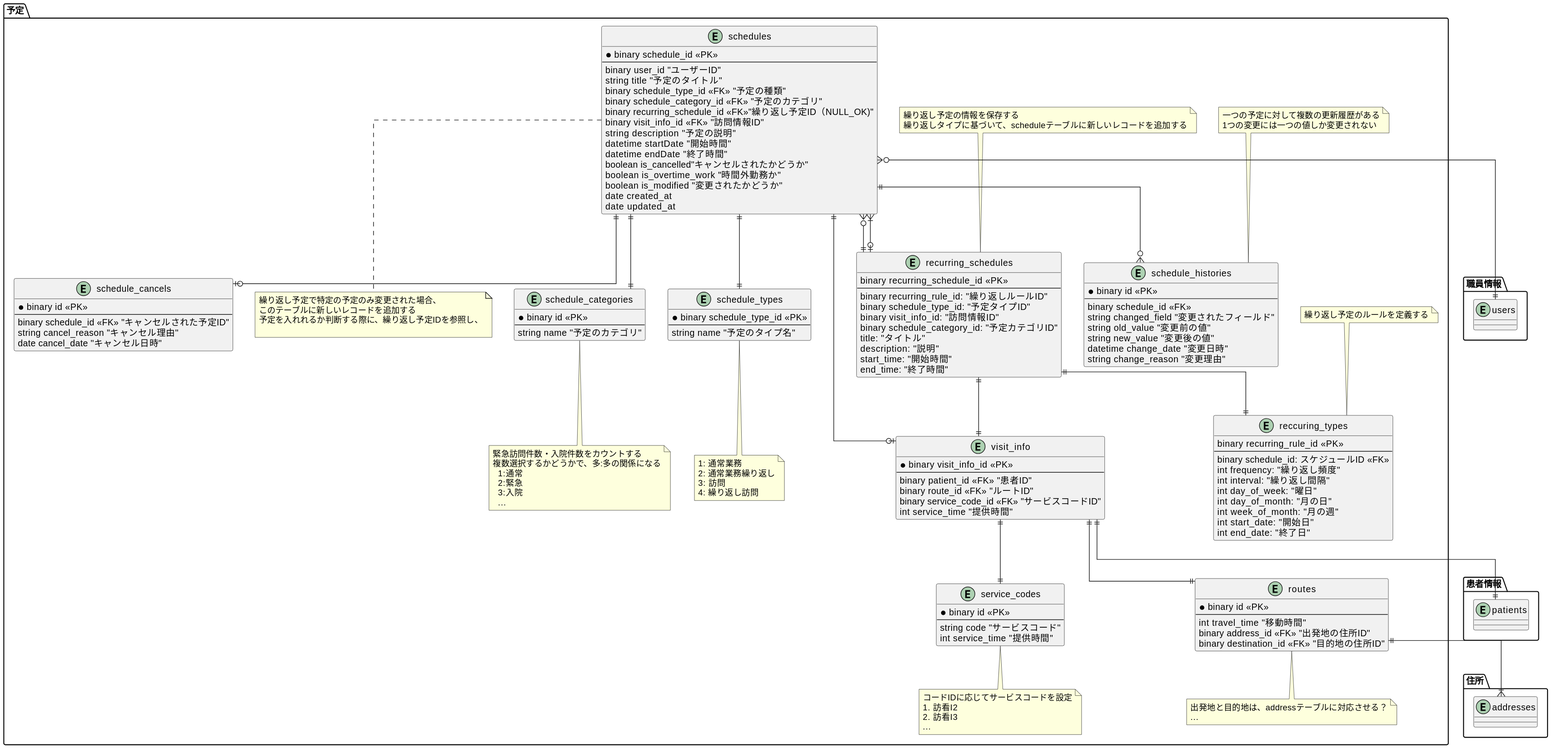
This is src/diagrams-svg/ER/tables/schedules.svg from Fukuemon/buddy_design_docs, a PlantUML export, as it was before one commit. Source of this version:
```plantuml
@startuml
skinparam linetype ortho

package 予定 {
  entity schedules {
    * binary schedule_id <<PK>>
    --
    binary user_id "ユーザーID"
    string title "予定のタイトル"
    binary schedule_type_id <<FK>> "予定の種類"
    binary schedule_category_id <<FK>> "予定のカテゴリ"
    binary recurring_schedule_id <<FK>>"繰り返し予定ID（NULL_OK)"
    binary visit_info_id <<FK>> "訪問情報ID"
    string description "予定の説明"
    datetime startDate "開始時間"
    datetime endDate "終了時間"
    boolean is_cancelled"キャンセルされたかどうか"
    boolean is_overtime_work "時間外勤務か"
    boolean is_modified "変更されたかどうか"
    date created_at
    date updated_at
  }

  note bottom of schedules
    繰り返し予定で特定の予定のみ変更された場合、
    このテーブルに新しいレコードを追加する
    予定を入れれるか判断する際に、繰り返し予定IDを参照し、

  end note


  entity schedule_types {
    * binary schedule_type_id <<PK>>
    --
    string name "予定のタイプ名"
  }

  note bottom of schedule_types
    1: 通常業務
    2: 通常業務繰り返し
    3: 訪問
    4: 繰り返し訪問
  end note

  entity schedule_categories {
    * binary id <<PK>>
    --
    string name "予定のカテゴリ"
  }

  note bottom of schedule_categories
  緊急訪問件数・入院件数をカウントする
  複数選択するかどうかで、多:多の関係になる
    1:通常
    2:緊急
    3:入院
    ...
  end note

  entity schedule_cancels {
    * binary id <<PK>>
    --
    binary schedule_id <<FK>> "キャンセルされた予定ID"
    string cancel_reason "キャンセル理由"
    date cancel_date "キャンセル日時"
  }

  entity schedule_histories {
    * binary id <<PK>>
    --
    binary schedule_id <<FK>>
    string changed_field "変更されたフィールド"
    string old_value "変更前の値"
    string new_value "変更後の値"
    datetime change_date "変更日時"
    string change_reason "変更理由"
  }
  note top of schedule_histories
    一つの予定に対して複数の更新履歴がある
    1つの変更には一つの値しか変更されない
  end note

  entity visit_info {
    * binary visit_info_id <<PK>>
    --
    binary patient_id <<FK>> "患者ID"
    binary route_id <<FK>> "ルートID"
    binary service_code_id <<FK>> "サービスコードID"
    int service_time "提供時間"
  }

  entity service_codes {
    * binary id <<PK>>
    --
    string code "サービスコード"
    int service_time "提供時間"
  }
  note bottom of service_codes
    コードIDに応じてサービスコードを設定
    1. 訪看I2
    2. 訪看I3
    ...
  end note


  entity routes {
    * binary id <<PK>>
    --
    int travel_time "移動時間"
    binary address_id <<FK>> "出発地の住所ID"
    binary destination_id <<FK>> "目的地の住所ID"
  }

  note bottom of routes
    出発地と目的地は、addressテーブルに対応させる？
    ...
  end note

  entity reccuring_types {
    binary recurring_rule_id <<PK>>
    --
    binary schedule_id: スケジュールID <<FK>>
    int frequency: "繰り返し頻度"
    int interval: "繰り返し間隔"
    int day_of_week: "曜日"
    int day_of_month: "月の日"
    int week_of_month: "月の週"
    int start_date: "開始日"
    int end_date: "終了日"
  }
  note top of reccuring_types
  繰り返し予定のルールを定義する
  end note

  entity recurring_schedules {
    binary recurring_schedule_id <<PK>>
    --
    binary recurring_rule_id: "繰り返しルールID"
    binary schedule_type_id: "予定タイプID"
    binary visit_info_id: "訪問情報ID"
    binary schedule_category_id: "予定カテゴリID"
    title: "タイトル"
    description: "説明"
    start_time: "開始時間"
    end_time: "終了時間"
  }
  note top of recurring_schedules
    繰り返し予定の情報を保存する
    繰り返しタイプに基づいて、scheduleテーブルに新しいレコードを追加する
  end note
}

package 住所 {
  entity addresses
}

package 職員情報 {
  entity users {
  }
}

package 患者情報 {
  entity patients {
  }
}

schedules }o--|| users
schedules ||--o{ schedule_histories
schedules ||--o| schedule_cancels
schedules ||--|| schedule_types
schedules ||--|| schedule_categories
schedules }|--o| recurring_schedules
schedules ||--o| visit_info
recurring_schedules ||--o{ schedules
recurring_schedules ||--|| reccuring_types
recurring_schedules ||--|| visit_info
visit_info ||--|| service_codes
visit_info ||--|| patients
visit_info ||--|| routes
routes ||--|{ addresses
@enduml
```
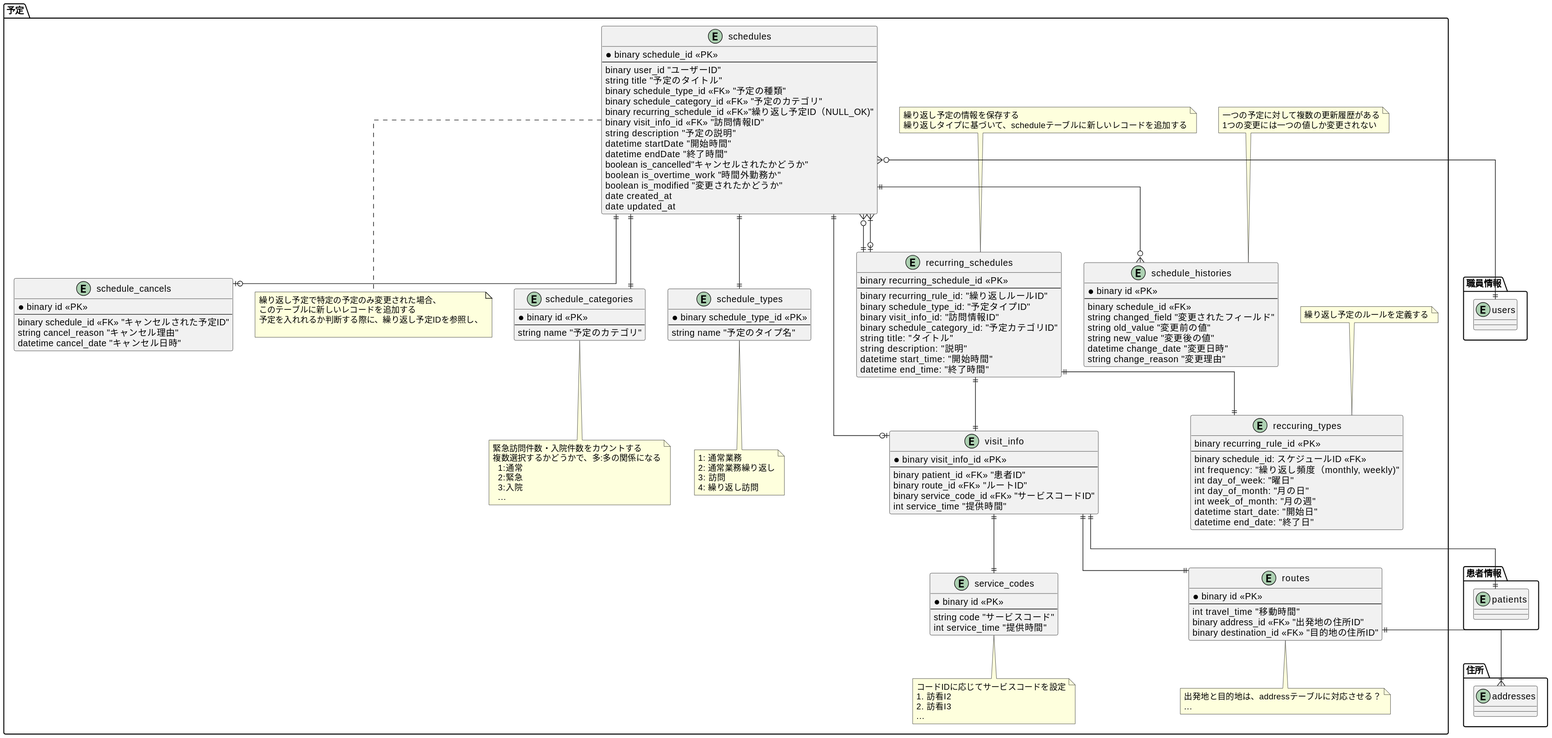
After the change.

Diff of the diagram source:
```diff
@@ -62,7 +62,7 @@
     --
     binary schedule_id <<FK>> "キャンセルされた予定ID"
     string cancel_reason "キャンセル理由"
-    date cancel_date "キャンセル日時"
+    datetime cancel_date "キャンセル日時"
   }
 
   entity schedule_histories {
@@ -120,13 +120,12 @@
     binary recurring_rule_id <<PK>>
     --
     binary schedule_id: スケジュールID <<FK>>
-    int frequency: "繰り返し頻度"
-    int interval: "繰り返し間隔"
+    int frequency: "繰り返し頻度（monthly, weekly)"
     int day_of_week: "曜日"
     int day_of_month: "月の日"
     int week_of_month: "月の週"
-    int start_date: "開始日"
-    int end_date: "終了日"
+    datetime start_date: "開始日"
+    datetime end_date: "終了日"
   }
   note top of reccuring_types
   繰り返し予定のルールを定義する
@@ -139,10 +138,10 @@
     binary schedule_type_id: "予定タイプID"
     binary visit_info_id: "訪問情報ID"
     binary schedule_category_id: "予定カテゴリID"
-    title: "タイトル"
-    description: "説明"
-    start_time: "開始時間"
-    end_time: "終了時間"
+    string title: "タイトル"
+    string description: "説明"
+    datetime start_time: "開始時間"
+    datetime end_time: "終了時間"
   }
   note top of recurring_schedules
     繰り返し予定の情報を保存する
```
